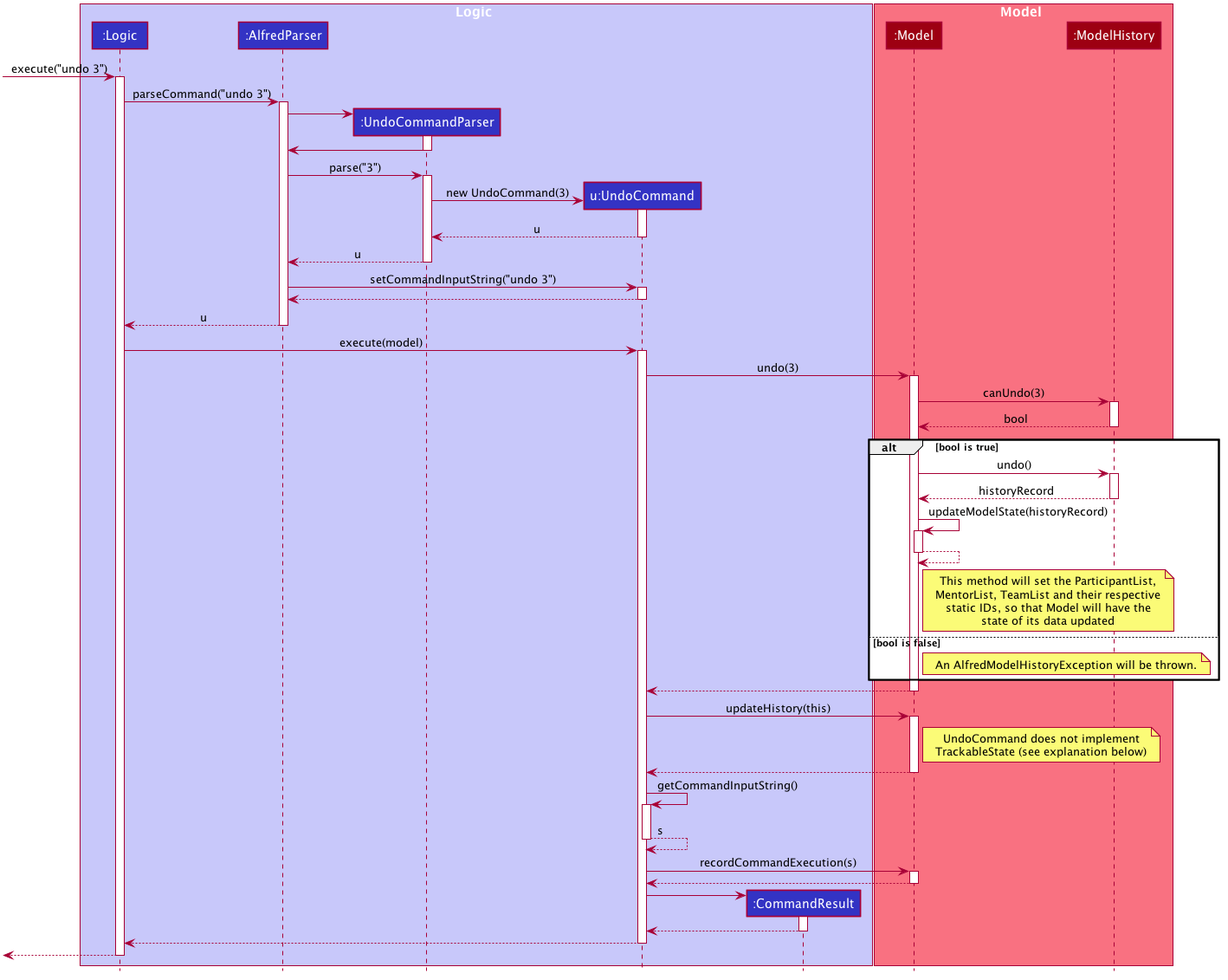
Earlier version of the PlantUML export images/UndoSequenceDiagramExecutionOfUndo.png (AY1920S1-CS2103T-F11-1/main). The source it was exported from:
```plantuml
@startuml








skinparam BackgroundColor #FFFFFFF

skinparam Shadowing false

skinparam Class {
    FontColor #FFFFFF
    BorderThickness 1
    BorderColor #FFFFFF
    StereotypeFontColor #FFFFFF
    FontName Arial
}

skinparam Actor {
    BorderColor #000000
    Color #000000
    FontName Arial
}

skinparam Sequence {
    MessageAlign center
    BoxFontSize 15
    BoxPadding 0
    BoxFontColor #FFFFFF
    FontName Arial
}

skinparam Participant {
    FontColor #FFFFFFF
    Padding 20
}

skinparam MinClassWidth 50
skinparam ParticipantPadding 10
skinparam Shadowing false
skinparam DefaultTextAlignment center
skinparam packageStyle Rectangle

hide footbox
hide members
hide circle

box Logic #C8C8FA
participant ":Logic" as Logic #3333C4
participant ":AlfredParser" as AlfredParser #3333C4
participant ":UndoCommandParser" as UndoCommandParser #3333C4
participant "u:UndoCommand" as UndoCommand #3333C4
participant ":CommandResult" as CommandResult #3333C4
end box

box Model #F97181
participant ":Model" as Model #9D0012
participant ":ModelHistory" as ModelHistory #9D0012
end box

[-> Logic : execute("undo 3")
activate Logic

Logic -> AlfredParser : parseCommand("undo 3")
activate AlfredParser

create UndoCommandParser
AlfredParser -> UndoCommandParser
activate UndoCommandParser

UndoCommandParser -> AlfredParser
deactivate UndoCommandParser

AlfredParser -> UndoCommandParser : parse("3")
activate UndoCommandParser

create UndoCommand
UndoCommandParser -> UndoCommand : new UndoCommand(3)
activate UndoCommand

UndoCommand --> UndoCommandParser : u
deactivate UndoCommand

UndoCommandParser --> AlfredParser : u
deactivate UndoCommandParser

AlfredParser -> UndoCommand : setCommandInputString("undo 3")
activate UndoCommand

UndoCommand --> AlfredParser
deactivate UndoCommand

AlfredParser --> Logic : u
deactivate AlfredParser

Logic -> UndoCommand : execute(model)
activate UndoCommand

UndoCommand -> Model : undo(3)
activate Model

Model -> ModelHistory : canUndo(3)
activate ModelHistory

ModelHistory --> Model : bool
deactivate ModelHistory

alt bool is true
    Model -> ModelHistory : undo()
    activate ModelHistory

    ModelHistory --> Model : historyRecord
    deactivate ModelHistory

    Model -> Model : updateModelState(historyRecord)
    activate Model

    Model --> Model
    deactivate Model

    note right Model
    This method will set the ParticipantList,
    MentorList, TeamList and their respective
    static IDs, so that Model will have the
    state of its data updated
    end note
else bool is false
    note right Model
    An AlfredModelHistoryException will be thrown.
    end note
end

Model --> UndoCommand
deactivate Model

UndoCommand -> Model : updateHistory(this)
activate Model

note right Model
    UndoCommand does not implement
    TrackableState (see explanation below)
end note

Model --> UndoCommand
deactivate Model

UndoCommand -> UndoCommand : getCommandInputString()
activate UndoCommand

UndoCommand --> UndoCommand : s
deactivate UndoCommand

UndoCommand -> Model : recordCommandExecution(s)
activate Model

Model --> UndoCommand
deactivate Model

create CommandResult
UndoCommand -> CommandResult
activate CommandResult

CommandResult --> UndoCommand
deactivate CommandResult

UndoCommand --> Logic
deactivate UndoCommand

[<--Logic
deactivate Logic
@enduml
```
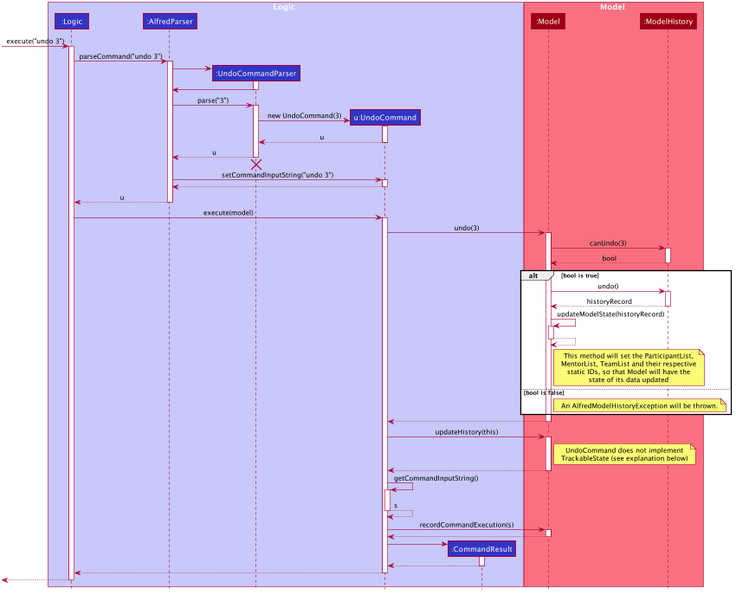
Later version of the same file.

The edit, as a diff of the source:
```diff
@@ -1,4 +1,8 @@
 @startuml
+
+
+
+
 
 
 
@@ -86,6 +90,9 @@
 
 UndoCommandParser --> AlfredParser : u
 deactivate UndoCommandParser
+UndoCommandParser -[hidden]-> AlfredParser
+destroy UndoCommandParser
+
 
 AlfredParser -> UndoCommand : setCommandInputString("undo 3")
 activate UndoCommand
```
